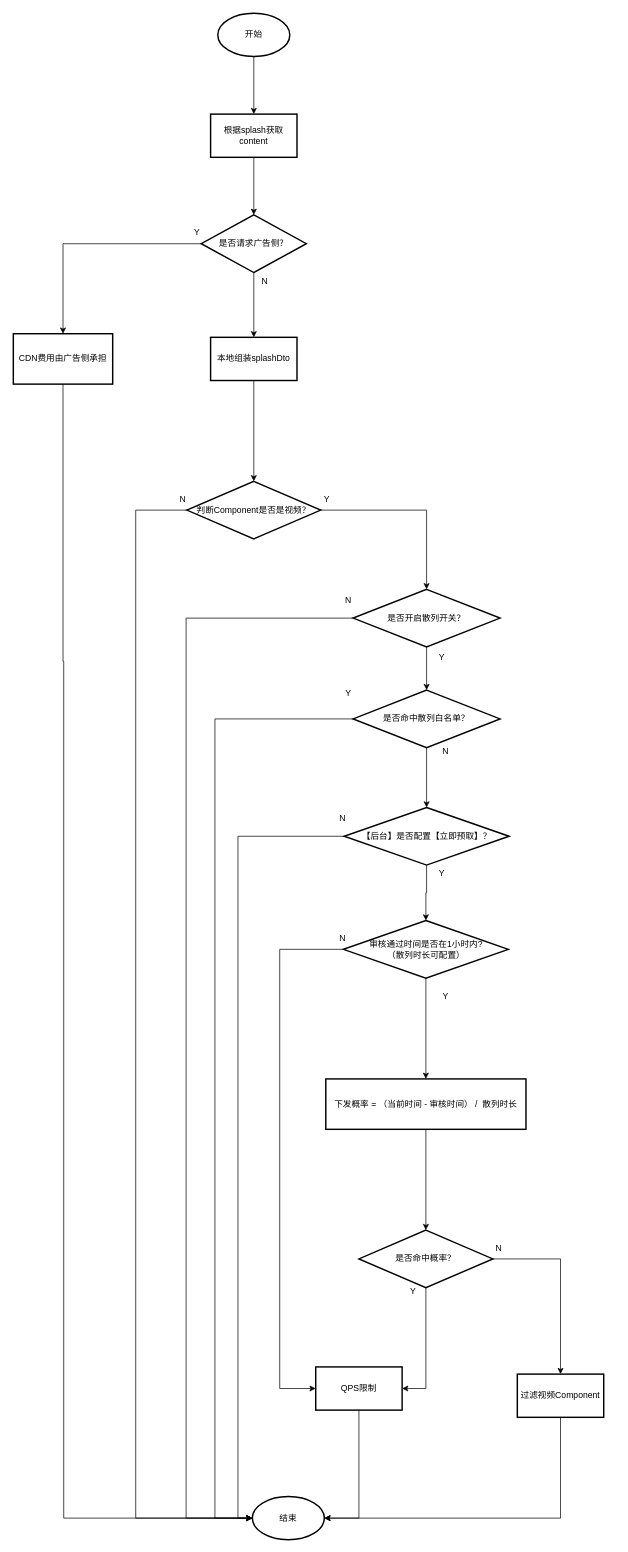
ETHAN0430/draw.io.repo keeps this draw.io diagram as 21767369 闪屏CDN流量问题修复.drawio. Above is the earlier version. Source tidied: cells renumbered, new cells numbered last; positions are measured from the earlier drawing's top-left corner, leaving out a move shared by most shapes. Both pictures are drawn from the tidied source at 72%, with x=0, y=0 at pixel (13, 13).
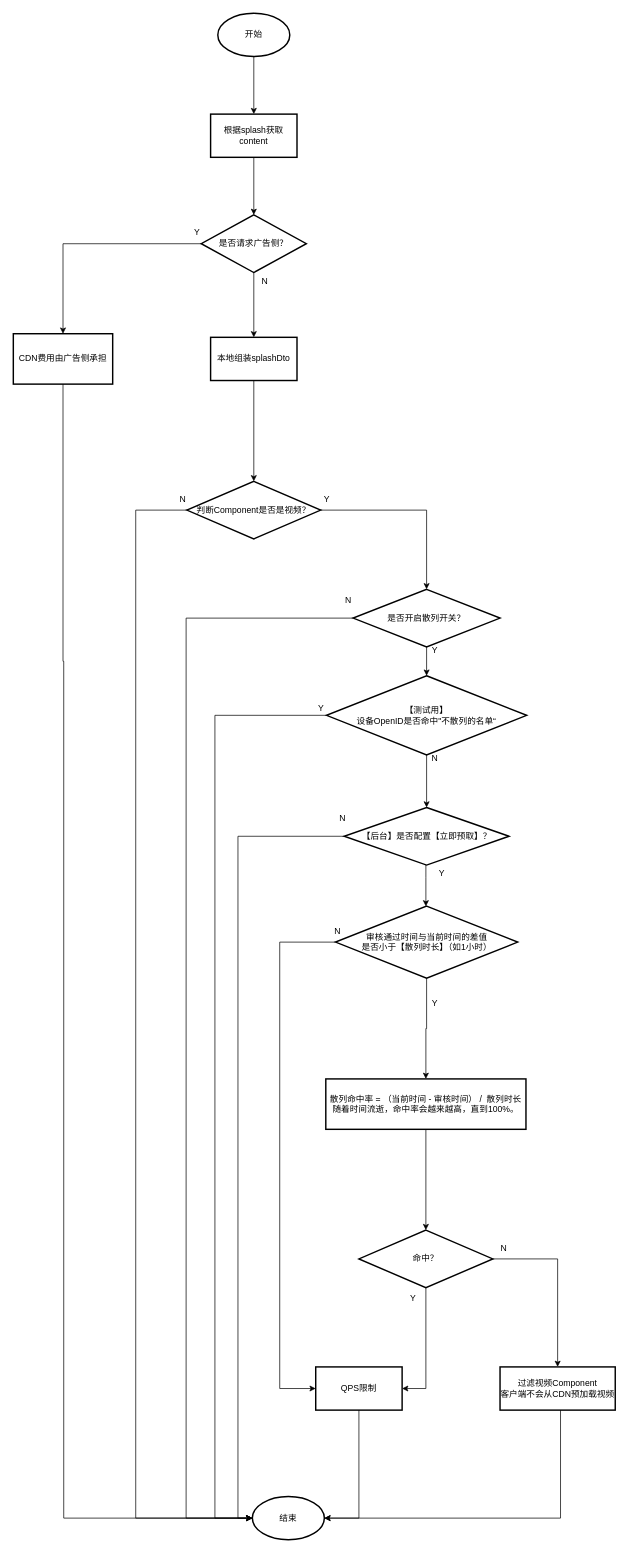
The same page after the edit.

Commit message:
更新21767369 闪屏CDN流量问题修复.drawio

Unchanged cells that the change refers to:
```xml
<mxCell id="14" value="结束" style="strokeWidth=2;html=1;shape=mxgraph.flowchart.start_1;whiteSpace=wrap;" parent="1" vertex="1">
  <mxGeometry x="332" y="2060" width="100" height="60" as="geometry" />
</mxCell>
<mxCell id="27" value="【后台】是否配置【立即预取】？" style="rhombus;whiteSpace=wrap;html=1;strokeWidth=2;" parent="1" vertex="1">
  <mxGeometry x="459.5" y="1103" width="229" height="80" as="geometry" />
</mxCell>
<mxCell id="35" value="QPS限制" style="whiteSpace=wrap;html=1;strokeWidth=2;" parent="1" vertex="1">
  <mxGeometry x="420" y="1880" width="120" height="60" as="geometry" />
</mxCell>
```

Change to the diagram source:
```diff
@@
     <mxCell id="19" value="Y" style="text;html=1;align=center;verticalAlign=middle;strokeColor=none;fillColor=none;" parent="1" vertex="1">
-      <mxGeometry x="580" y="880" width="30" height="30" as="geometry" />
+      <mxGeometry x="570" y="870" width="30" height="30" as="geometry" />
     </mxCell>
@@
     <mxCell id="26" style="edgeStyle=orthogonalEdgeStyle;rounded=0;jettySize=auto;html=1;" parent="1" edge="1" source="27" target="30">
-      <mxGeometry relative="1" as="geometry" />
+      <mxGeometry relative="1" as="geometry">
+        <Array as="points">
+          <mxPoint x="573" y="1200" />
+          <mxPoint x="573" y="1200" />
+        </Array>
+      </mxGeometry>
     </mxCell>
@@
-    <mxCell id="28" style="edgeStyle=orthogonalEdgeStyle;rounded=0;jettySize=auto;html=1;entryX=0;entryY=0.5;entryDx=0;entryDy=0;" parent="1" edge="1" source="30" target="35">
+    <mxCell id="28" style="edgeStyle=orthogonalEdgeStyle;rounded=0;jettySize=auto;html=1;entryX=0;entryY=0.5;entryDx=0;entryDy=0;exitX=0;exitY=0.5;exitDx=0;exitDy=0;" parent="1" edge="1" source="30" target="35">
       <mxGeometry relative="1" as="geometry">
         <Array as="points">
-          <mxPoint x="370" y="1300" />
+          <mxPoint x="370" y="1290" />
           <mxPoint x="370" y="1910" />
         </Array>
       </mxGeometry>
     </mxCell>
@@
-    <mxCell id="30" value="审核通过时间是否在1小时内?&lt;br style=&quot;border-color: var(--border-color);&quot;&gt;（散列时长可配置）" style="rhombus;whiteSpace=wrap;html=1;strokeWidth=2;" parent="1" vertex="1">
-      <mxGeometry x="458.5" y="1260" width="229" height="80" as="geometry" />
+    <mxCell id="30" value="审核通过时间与当前时间的差值&lt;br&gt;是否小于【散列时长】（如1小时）" style="rhombus;whiteSpace=wrap;html=1;strokeWidth=2;" parent="1" vertex="1">
+      <mxGeometry x="447.5" y="1240" width="253" height="100" as="geometry" />
     </mxCell>
@@
-    <mxCell id="34" value="下发概率 = （当前时间 - 审核时间） /&amp;nbsp; 散列时长" style="whiteSpace=wrap;html=1;strokeWidth=2;" parent="1" vertex="1">
+    <mxCell id="34" value="散列命中率 = （当前时间 - 审核时间） /&amp;nbsp; 散列时长&lt;br&gt;随着时间流逝，命中率会越来越高，直到100%。" style="whiteSpace=wrap;html=1;strokeWidth=2;" parent="1" vertex="1">
       <mxGeometry x="434" y="1480" width="278" height="70" as="geometry" />
     </mxCell>
@@
     <mxCell id="37" value="Y" style="text;html=1;align=center;verticalAlign=middle;strokeColor=none;fillColor=none;" parent="1" vertex="1">
-      <mxGeometry x="585" y="1350" width="30" height="30" as="geometry" />
+      <mxGeometry x="570" y="1360" width="30" height="30" as="geometry" />
     </mxCell>
     <mxCell id="38" value="N" style="text;html=1;align=center;verticalAlign=middle;strokeColor=none;fillColor=none;" parent="1" vertex="1">
-      <mxGeometry x="442" y="1270" width="30" height="30" as="geometry" />
+      <mxGeometry x="435" y="1260" width="30" height="30" as="geometry" />
     </mxCell>
@@
-    <mxCell id="41" value="是否命中概率？" style="rhombus;whiteSpace=wrap;html=1;strokeWidth=2;" parent="1" vertex="1">
+    <mxCell id="41" value="命中？" style="rhombus;whiteSpace=wrap;html=1;strokeWidth=2;" parent="1" vertex="1">
       <mxGeometry x="480" y="1690" width="186" height="80" as="geometry" />
     </mxCell>
     <mxCell id="42" value="N" style="text;html=1;align=center;verticalAlign=middle;strokeColor=none;fillColor=none;" parent="1" vertex="1">
-      <mxGeometry x="658.5" y="1700" width="30" height="30" as="geometry" />
+      <mxGeometry x="666" y="1700" width="30" height="30" as="geometry" />
     </mxCell>
     <mxCell id="43" value="Y" style="text;html=1;align=center;verticalAlign=middle;strokeColor=none;fillColor=none;" parent="1" vertex="1">
-      <mxGeometry x="540" y="1760" width="30" height="30" as="geometry" />
+      <mxGeometry x="540" y="1770" width="30" height="30" as="geometry" />
     </mxCell>
-    <mxCell id="44" value="过滤视频Component" style="whiteSpace=wrap;html=1;strokeWidth=2;" parent="1" vertex="1">
-      <mxGeometry x="700" y="1890" width="120" height="60" as="geometry" />
+    <mxCell id="44" value="过滤视频Component&lt;br&gt;客户端不会从CDN预加载视频" style="whiteSpace=wrap;html=1;strokeWidth=2;" parent="1" vertex="1">
+      <mxGeometry x="676" y="1880" width="160" height="60" as="geometry" />
     </mxCell>
@@
-    <mxCell id="48" value="是否命中散列白名单？" style="rhombus;whiteSpace=wrap;html=1;strokeWidth=2;" parent="1" vertex="1">
-      <mxGeometry x="472" y="940" width="204" height="80" as="geometry" />
+    <mxCell id="48" value="【测试用】&lt;br&gt;设备OpenID是否命中&quot;不散列的名单“" style="rhombus;whiteSpace=wrap;html=1;strokeWidth=2;" parent="1" vertex="1">
+      <mxGeometry x="435" y="920" width="278" height="110" as="geometry" />
     </mxCell>
     <mxCell id="49" style="edgeStyle=orthogonalEdgeStyle;rounded=0;jettySize=auto;html=1;entryX=0;entryY=0.5;entryDx=0;entryDy=0;entryPerimeter=0;exitX=0;exitY=0.5;exitDx=0;exitDy=0;" parent="1" edge="1" source="48" target="14">
       <mxGeometry relative="1" as="geometry">
         <Array as="points">
-          <mxPoint x="280" y="980" />
+          <mxPoint x="280" y="975" />
           <mxPoint x="280" y="2090" />
         </Array>
       </mxGeometry>
     </mxCell>
     <mxCell id="50" value="Y" style="text;html=1;align=center;verticalAlign=middle;strokeColor=none;fillColor=none;" parent="1" vertex="1">
-      <mxGeometry x="450" y="930" width="30" height="30" as="geometry" />
+      <mxGeometry x="412" y="950" width="30" height="30" as="geometry" />
     </mxCell>
     <mxCell id="51" value="N" style="text;html=1;align=center;verticalAlign=middle;strokeColor=none;fillColor=none;" parent="1" vertex="1">
-      <mxGeometry x="585" y="1010" width="30" height="30" as="geometry" />
+      <mxGeometry x="570" y="1020" width="30" height="30" as="geometry" />
     </mxCell>
```
